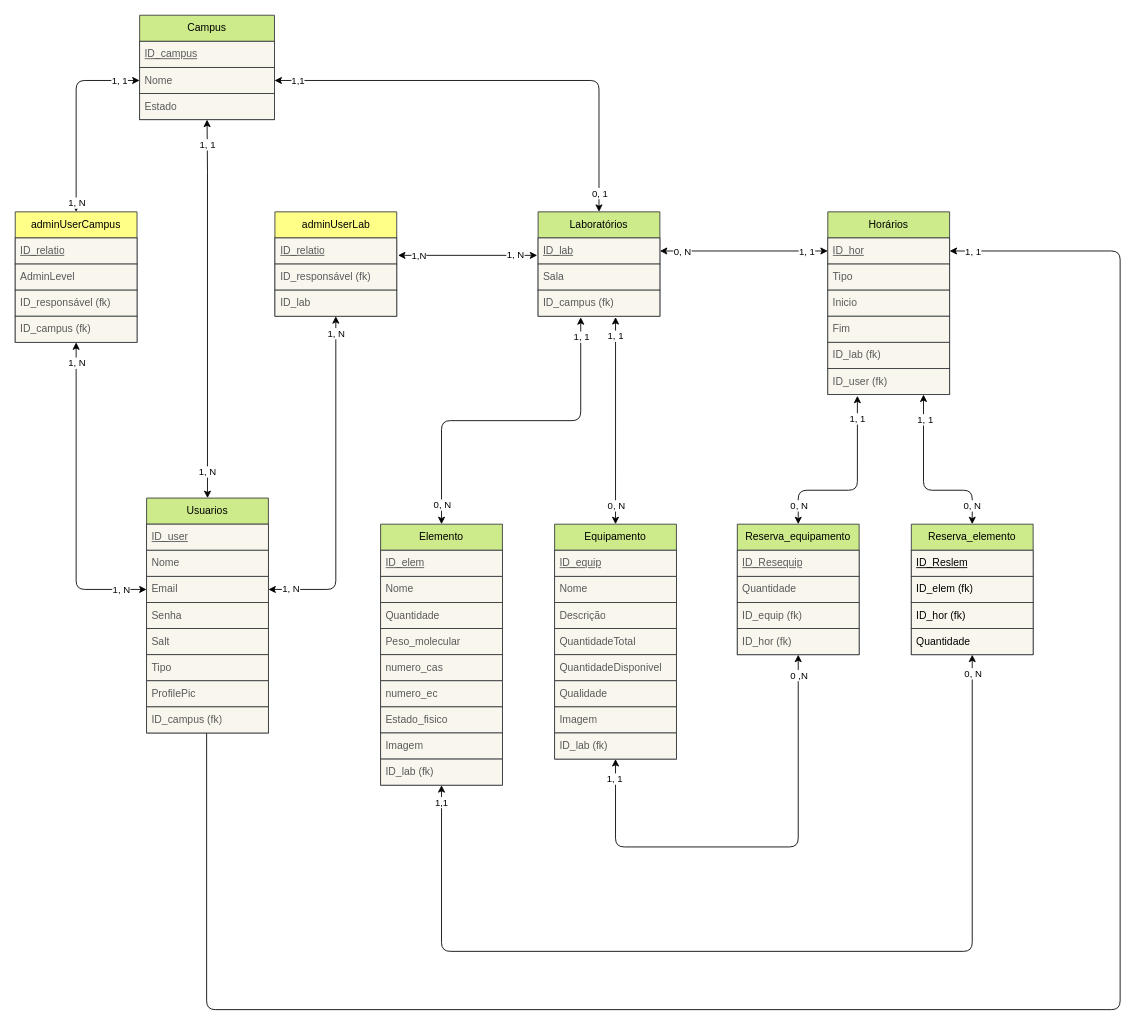
Above: database/iflab.drawio in MatheusCamargoGinebro/APIFlab (draw.io), before the change. Source tidied: cells renumbered, new cells numbered last; positions are measured from the earlier drawing's top-left corner, leaving out a move shared by most shapes. Both pictures are drawn from the tidied source at 87%, with x=0, y=0 at pixel (15, 15).
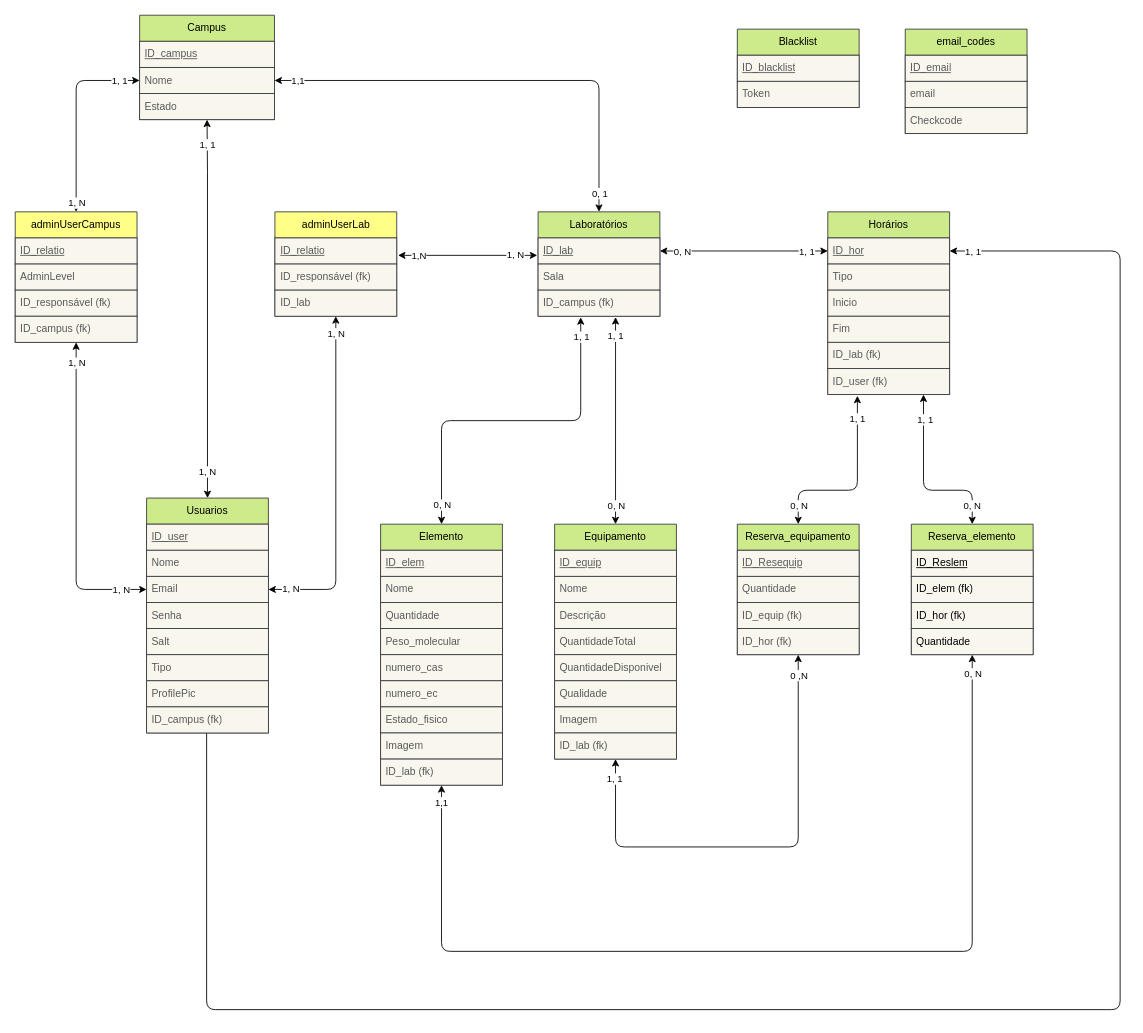
The same diagram, later.

What changed in the source:
```diff
@@
+    <mxCell id="106" value="Blacklist" style="swimlane;fontStyle=0;horizontal=1;startSize=30;whiteSpace=wrap;html=1;fillColor=#cdeb8b;strokeColor=#36393d;fontColor=#000000;" parent="1" vertex="1">
+      <mxGeometry x="830" y="16" width="140" height="90" as="geometry" />
+    </mxCell>
+    <mxCell id="107" value="ID_blacklist" style="text;strokeColor=#36393d;fillColor=#f9f7ed;align=left;verticalAlign=middle;spacingLeft=4;spacingRight=4;overflow=hidden;whiteSpace=wrap;html=1;fontStyle=4;fontColor=#595959;" parent="106" vertex="1">
+      <mxGeometry y="30" width="140" height="30" as="geometry" />
+    </mxCell>
+    <mxCell id="108" value="Token" style="text;strokeColor=#36393d;fillColor=#f9f7ed;align=left;verticalAlign=middle;spacingLeft=4;spacingRight=4;overflow=hidden;whiteSpace=wrap;html=1;fontStyle=0;fontColor=#595959;" parent="106" vertex="1">
+      <mxGeometry y="60" width="140" height="30" as="geometry" />
+    </mxCell>
+    <mxCell id="109" value="email_codes" style="swimlane;fontStyle=0;horizontal=1;startSize=30;whiteSpace=wrap;html=1;fillColor=#cdeb8b;strokeColor=#36393d;fontColor=#000000;" parent="1" vertex="1">
+      <mxGeometry x="1023" y="16" width="140" height="120" as="geometry" />
+    </mxCell>
+    <mxCell id="110" value="ID_email" style="text;strokeColor=#36393d;fillColor=#f9f7ed;align=left;verticalAlign=middle;spacingLeft=4;spacingRight=4;overflow=hidden;whiteSpace=wrap;html=1;fontStyle=4;fontColor=#595959;" parent="109" vertex="1">
+      <mxGeometry y="30" width="140" height="30" as="geometry" />
+    </mxCell>
+    <mxCell id="111" value="email" style="text;strokeColor=#36393d;fillColor=#f9f7ed;align=left;verticalAlign=middle;spacingLeft=4;spacingRight=4;overflow=hidden;whiteSpace=wrap;html=1;fontStyle=0;fontColor=#595959;" parent="109" vertex="1">
+      <mxGeometry y="60" width="140" height="30" as="geometry" />
+    </mxCell>
+    <mxCell id="112" value="Checkcode" style="text;strokeColor=#36393d;fillColor=#f9f7ed;align=left;verticalAlign=middle;spacingLeft=4;spacingRight=4;overflow=hidden;whiteSpace=wrap;html=1;fontStyle=0;fontColor=#595959;" parent="109" vertex="1">
+      <mxGeometry y="90" width="140" height="30" as="geometry" />
+    </mxCell>
```
